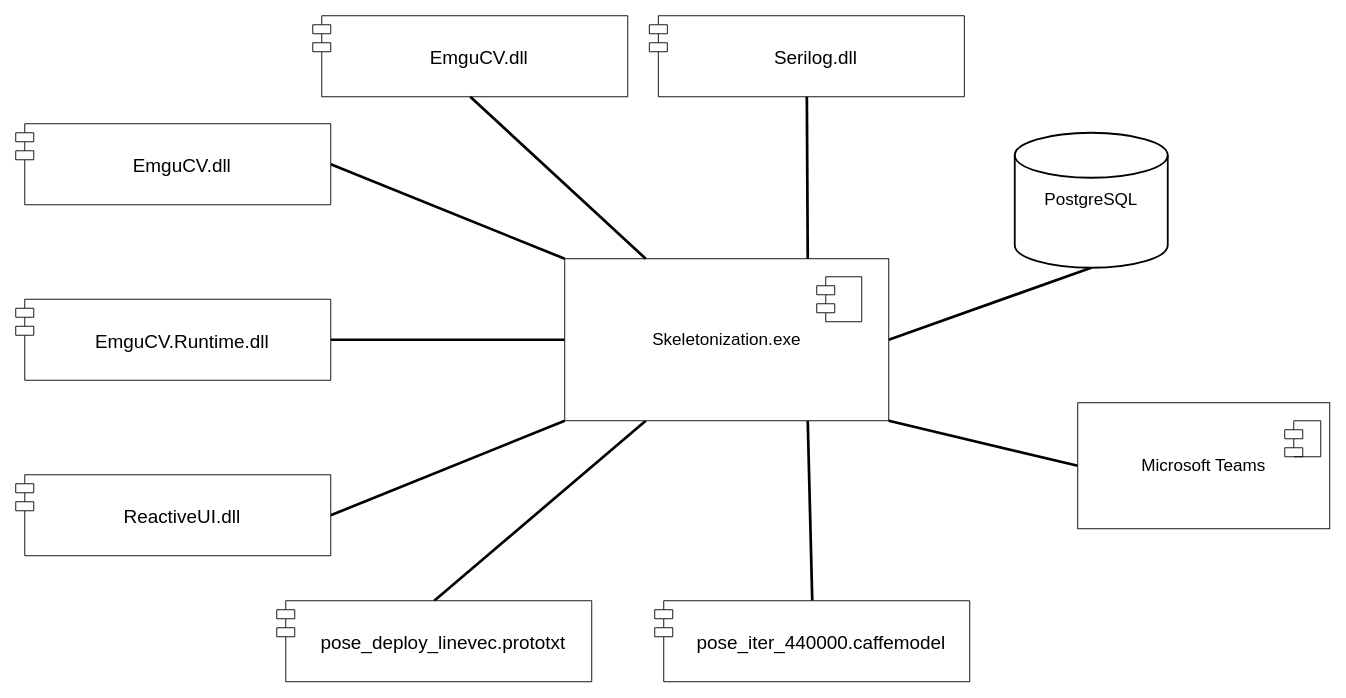
GoldGreen/Skeletonization keeps this draw.io diagram as page "Components" (5 of 8) of Engineering/Main-diagrams.drawio. Above is the earlier version. Source tidied: cells renumbered, new cells numbered last; positions are measured from the earlier drawing's top-left corner, leaving out a move shared by most shapes. Both pictures are drawn from the tidied source at 90%, with x=0, y=0 at pixel (15, 15).
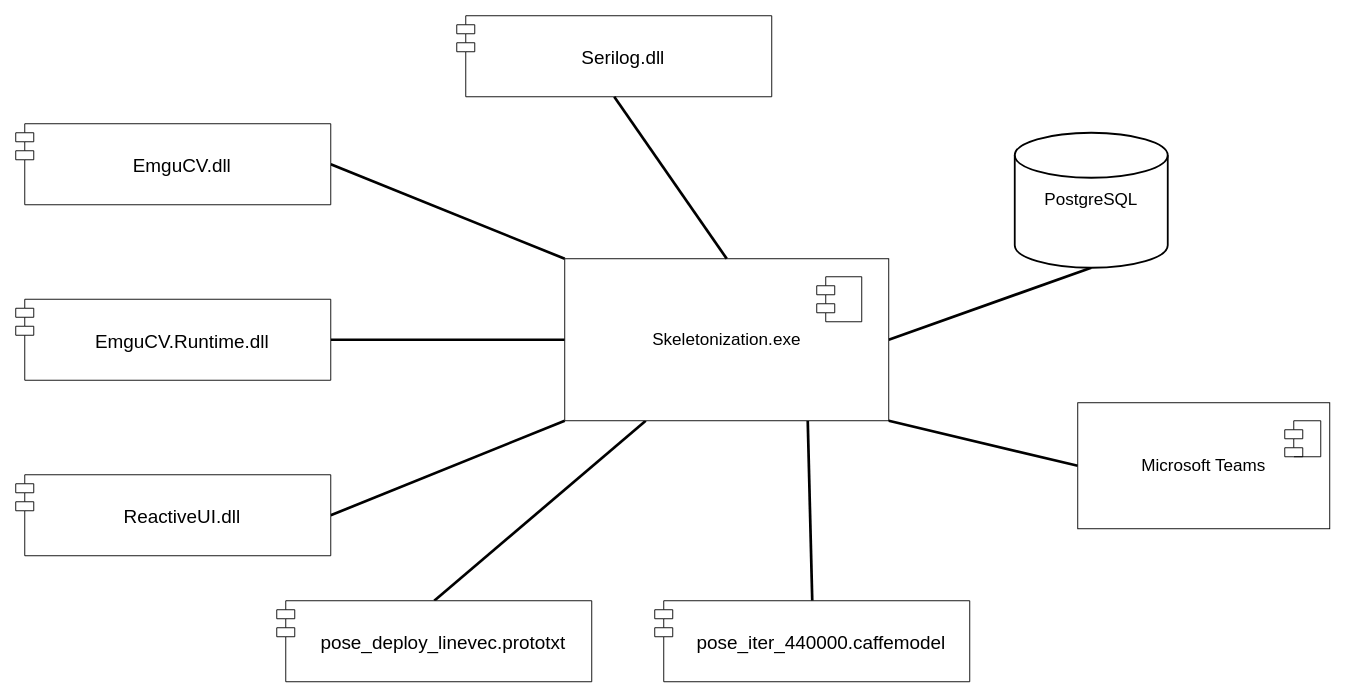
The same diagram, later.

The change refers to these unchanged cells:
```xml
<mxCell id="9" value="Skeletonization.exe" style="rounded=0;whiteSpace=wrap;html=1;fontSize=19;" parent="1" vertex="1">
  <mxGeometry x="610" y="270" width="360" height="180" as="geometry" />
</mxCell>
```

Change to the diagram source:
```diff
@@
-    <mxCell id="19" value="EmguCV.dll" style="shape=module;align=left;spacingLeft=20;align=center;verticalAlign=middle;fontSize=21;" parent="1" vertex="1">
-      <mxGeometry x="330" width="350" height="90" as="geometry" />
-    </mxCell>
-    <mxCell id="20" style="rounded=0;jettySize=auto;html=1;exitX=0.25;exitY=0;exitDx=0;exitDy=0;entryX=0.5;entryY=1;entryDx=0;entryDy=0;endArrow=none;endFill=0;strokeWidth=3;" parent="1" edge="1" source="9" target="19">
-      <mxGeometry relative="1" as="geometry" />
-    </mxCell>
     <mxCell id="21" value="Serilog.dll" style="shape=module;align=left;spacingLeft=20;align=center;verticalAlign=middle;fontSize=21;" parent="1" vertex="1">
-      <mxGeometry x="704" width="350" height="90" as="geometry" />
+      <mxGeometry x="490" width="350" height="90" as="geometry" />
     </mxCell>
-    <mxCell id="22" style="rounded=0;jettySize=auto;html=1;exitX=0.75;exitY=0;exitDx=0;exitDy=0;entryX=0.5;entryY=1;entryDx=0;entryDy=0;endArrow=none;endFill=0;strokeWidth=3;" parent="1" edge="1" source="9" target="21">
+    <mxCell id="22" style="rounded=0;jettySize=auto;html=1;exitX=0.5;exitY=0;exitDx=0;exitDy=0;entryX=0.5;entryY=1;entryDx=0;entryDy=0;endArrow=none;endFill=0;strokeWidth=3;" parent="1" edge="1" source="9" target="21">
       <mxGeometry relative="1" as="geometry" />
     </mxCell>
```
